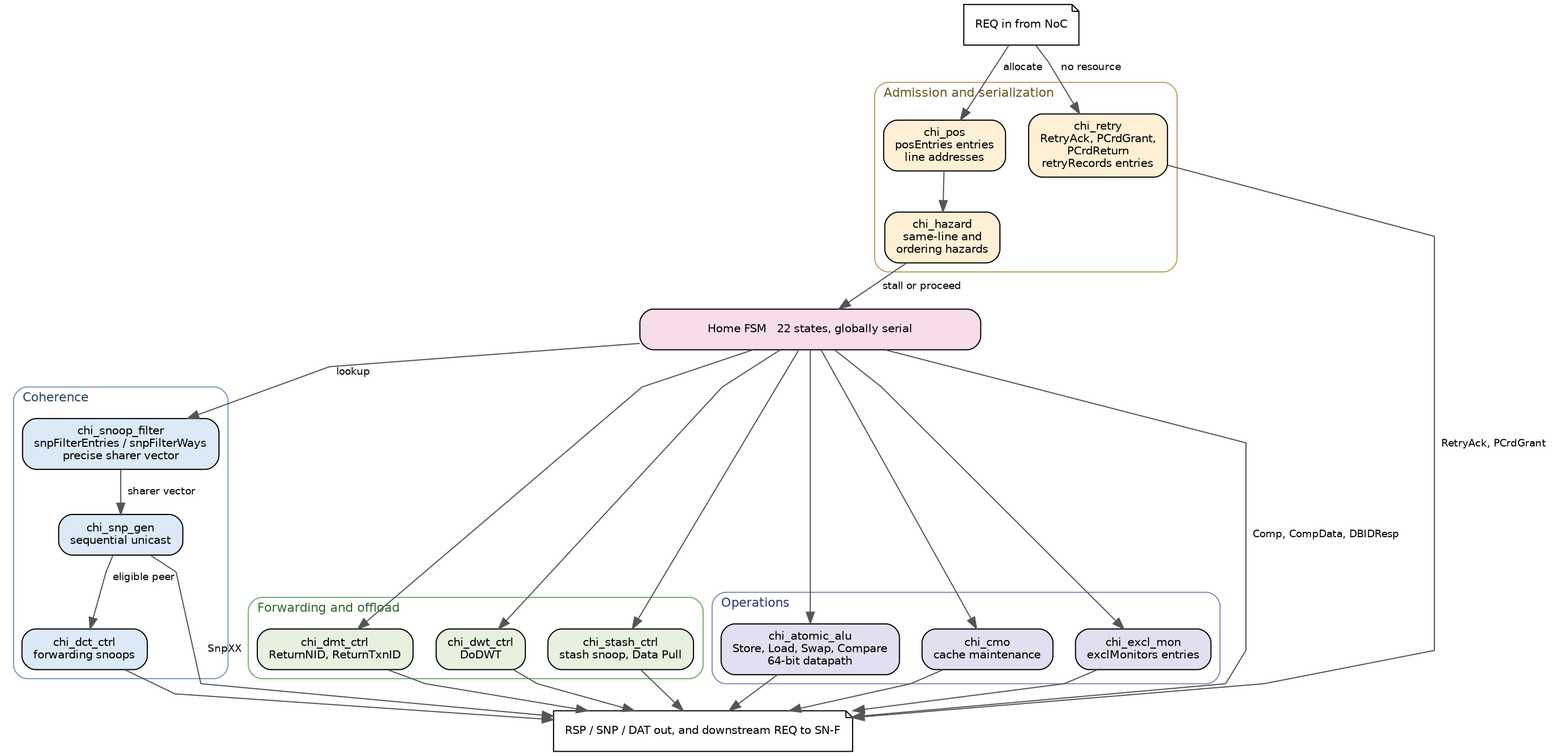
The Graphviz diagram doc-src/figures/chi_hnf.png in Swasthikkamath/chi_rtl, before a commit. Its source is kept beside it as doc-src/figures/chi_hnf.dot. The source it was exported from:
```dot
digraph chiHnf {
  rankdir=TB;
  splines=polyline;
  nodesep=0.28;
  ranksep=0.42;
  bgcolor="white";
  node [shape=box, style="rounded,filled", fillcolor="#f5f5f5",
        fontname="Helvetica", fontsize=10, margin="0.14,0.08"];
  edge [fontname="Helvetica", fontsize=9, color="#555555"];
  graph [fontname="Helvetica", fontsize=11, labeljust="l"];

  req [label="REQ in from NoC", shape=note, fillcolor="#ffffff"];

  subgraph cluster_admit {
    label="Admission and serialization";
    style="rounded"; color="#bba060"; fontcolor="#6b5520";
    retry  [label="chi_retry\nRetryAck, PCrdGrant,\nPCrdReturn\nretryRecords entries", fillcolor="#fdf0d5"];
    pos    [label="chi_pos\nposEntries entries\nline addresses", fillcolor="#fdf0d5"];
    hazard [label="chi_hazard\nsame-line and\nordering hazards", fillcolor="#fdf0d5"];
  }

  fsm [label="Home FSM   22 states, globally serial", fillcolor="#f7dce9", width=4.2];

  subgraph cluster_coh {
    label="Coherence";
    style="rounded"; color="#7799bb"; fontcolor="#224466";
    sf     [label="chi_snoop_filter\nsnpFilterEntries / snpFilterWays\nprecise sharer vector", fillcolor="#dce9f7"];
    snpgen [label="chi_snp_gen\nsequential unicast", fillcolor="#dce9f7"];
    dct    [label="chi_dct_ctrl\nforwarding snoops", fillcolor="#dce9f7"];
  }

  subgraph cluster_fwd {
    label="Forwarding and offload";
    style="rounded"; color="#77aa77"; fontcolor="#2f6b2f";
    dmt   [label="chi_dmt_ctrl\nReturnNID, ReturnTxnID", fillcolor="#e8f0e0"];
    dwt   [label="chi_dwt_ctrl\nDoDWT", fillcolor="#e8f0e0"];
    stash [label="chi_stash_ctrl\nstash snoop, Data Pull", fillcolor="#e8f0e0"];
  }

  subgraph cluster_ops {
    label="Operations";
    style="rounded"; color="#8888bb"; fontcolor="#333377";
    alu  [label="chi_atomic_alu\nStore, Load, Swap, Compare\n64-bit datapath", fillcolor="#e0e0f0"];
    cmo  [label="chi_cmo\ncache maintenance", fillcolor="#e0e0f0"];
    excl [label="chi_excl_mon\nexclMonitors entries", fillcolor="#e0e0f0"];
  }

  out [label="RSP / SNP / DAT out, and downstream REQ to SN-F",
    shape=note, fillcolor="#ffffff"];

  req -> pos   [label="  allocate"];
  req -> retry [label="  no resource"];
  pos -> hazard;
  hazard -> fsm [label="  stall or proceed"];

  fsm -> sf [label="  lookup"];
  sf -> snpgen [label="  sharer vector"];
  snpgen -> dct [label="  eligible peer"];

  fsm -> dmt; fsm -> dwt; fsm -> stash;
  fsm -> alu; fsm -> cmo; fsm -> excl;

  snpgen -> out [label="  SnpXX"];
  dct -> out; dmt -> out; dwt -> out; stash -> out;
  alu -> out; cmo -> out; excl -> out;
  fsm -> out [label="  Comp, CompData, DBIDResp"];
  retry -> out [label="  RetryAck, PCrdGrant"];
}
```
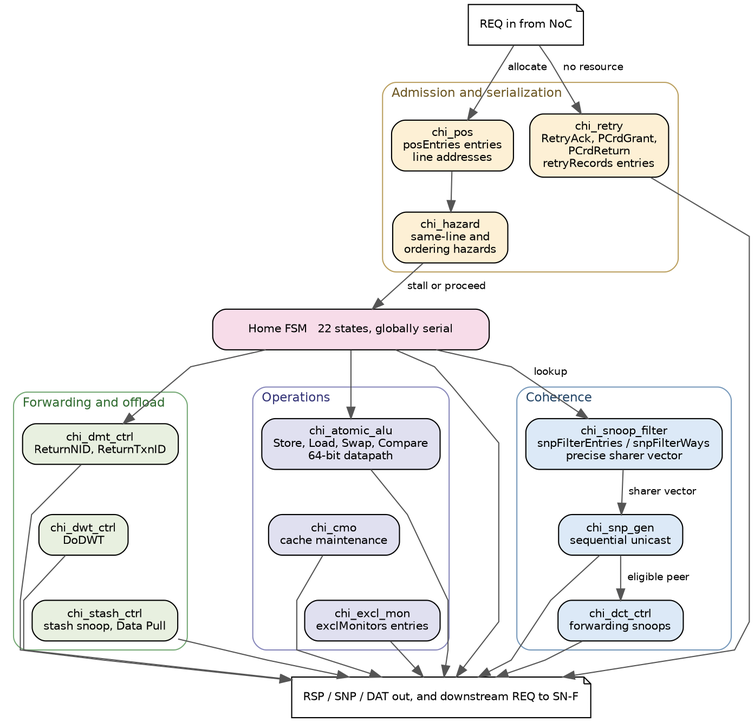
The same file after the commit.

Commit message:
docs: lay the Home Node figure out squarer so it is legible on the page

The diagram was twice as wide as it was tall, so fitting it to the text
column shrank the block labels to about four points. Chaining each engine
group into a column instead of spreading it across a rank, and dropping the
edge labels that the surrounding prose already states, brings it to roughly
square and the labels to about seven points.

The edit, as a diff of the source:
```diff
@@ -1,7 +1,7 @@
 digraph chiHnf {
   rankdir=TB;
   splines=polyline;
-  nodesep=0.28;
+  nodesep=0.2;
   ranksep=0.42;
   bgcolor="white";
   node [shape=box, style="rounded,filled", fillcolor="#f5f5f5",
@@ -19,14 +19,14 @@
     hazard [label="chi_hazard\nsame-line and\nordering hazards", fillcolor="#fdf0d5"];
   }
 
-  fsm [label="Home FSM   22 states, globally serial", fillcolor="#f7dce9", width=4.2];
+  fsm [label="Home FSM   22 states, globally serial", fillcolor="#f7dce9", width=3.4];
 
-  subgraph cluster_coh {
-    label="Coherence";
-    style="rounded"; color="#7799bb"; fontcolor="#224466";
-    sf     [label="chi_snoop_filter\nsnpFilterEntries / snpFilterWays\nprecise sharer vector", fillcolor="#dce9f7"];
-    snpgen [label="chi_snp_gen\nsequential unicast", fillcolor="#dce9f7"];
-    dct    [label="chi_dct_ctrl\nforwarding snoops", fillcolor="#dce9f7"];
+  subgraph cluster_ops {
+    label="Operations";
+    style="rounded"; color="#8888bb"; fontcolor="#333377";
+    alu  [label="chi_atomic_alu\nStore, Load, Swap, Compare\n64-bit datapath", fillcolor="#e0e0f0"];
+    cmo  [label="chi_cmo\ncache maintenance", fillcolor="#e0e0f0"];
+    excl [label="chi_excl_mon\nexclMonitors entries", fillcolor="#e0e0f0"];
   }
 
   subgraph cluster_fwd {
@@ -37,12 +37,12 @@
     stash [label="chi_stash_ctrl\nstash snoop, Data Pull", fillcolor="#e8f0e0"];
   }
 
-  subgraph cluster_ops {
-    label="Operations";
-    style="rounded"; color="#8888bb"; fontcolor="#333377";
-    alu  [label="chi_atomic_alu\nStore, Load, Swap, Compare\n64-bit datapath", fillcolor="#e0e0f0"];
-    cmo  [label="chi_cmo\ncache maintenance", fillcolor="#e0e0f0"];
-    excl [label="chi_excl_mon\nexclMonitors entries", fillcolor="#e0e0f0"];
+  subgraph cluster_coh {
+    label="Coherence";
+    style="rounded"; color="#7799bb"; fontcolor="#224466";
+    sf     [label="chi_snoop_filter\nsnpFilterEntries / snpFilterWays\nprecise sharer vector", fillcolor="#dce9f7"];
+    snpgen [label="chi_snp_gen\nsequential unicast", fillcolor="#dce9f7"];
+    dct    [label="chi_dct_ctrl\nforwarding snoops", fillcolor="#dce9f7"];
   }
 
   out [label="RSP / SNP / DAT out, and downstream REQ to SN-F",
@@ -57,12 +57,14 @@
   sf -> snpgen [label="  sharer vector"];
   snpgen -> dct [label="  eligible peer"];
 
-  fsm -> dmt; fsm -> dwt; fsm -> stash;
-  fsm -> alu; fsm -> cmo; fsm -> excl;
+  fsm -> dmt; dmt -> dwt [style=invis]; dwt -> stash [style=invis];
+  fsm -> alu; alu -> cmo [style=invis]; cmo -> excl [style=invis];
+  fsm -> dwt [style=invis]; fsm -> stash [style=invis];
+  fsm -> cmo [style=invis]; fsm -> excl [style=invis];
 
-  snpgen -> out [label="  SnpXX"];
+  snpgen -> out;
   dct -> out; dmt -> out; dwt -> out; stash -> out;
   alu -> out; cmo -> out; excl -> out;
-  fsm -> out [label="  Comp, CompData, DBIDResp"];
-  retry -> out [label="  RetryAck, PCrdGrant"];
+  fsm -> out;
+  retry -> out;
 }
```
